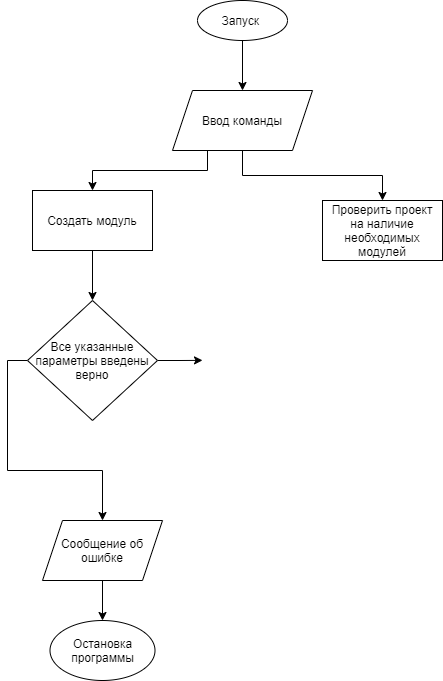
Above: module-preparator.drawio.png in EvgeniiGerasin/module-preparator-for-writing-tests (draw.io), before the change. Source tidied: cells renumbered, new cells last; positions are measured from the earlier drawing's top-left corner, leaving out a move shared by most shapes.
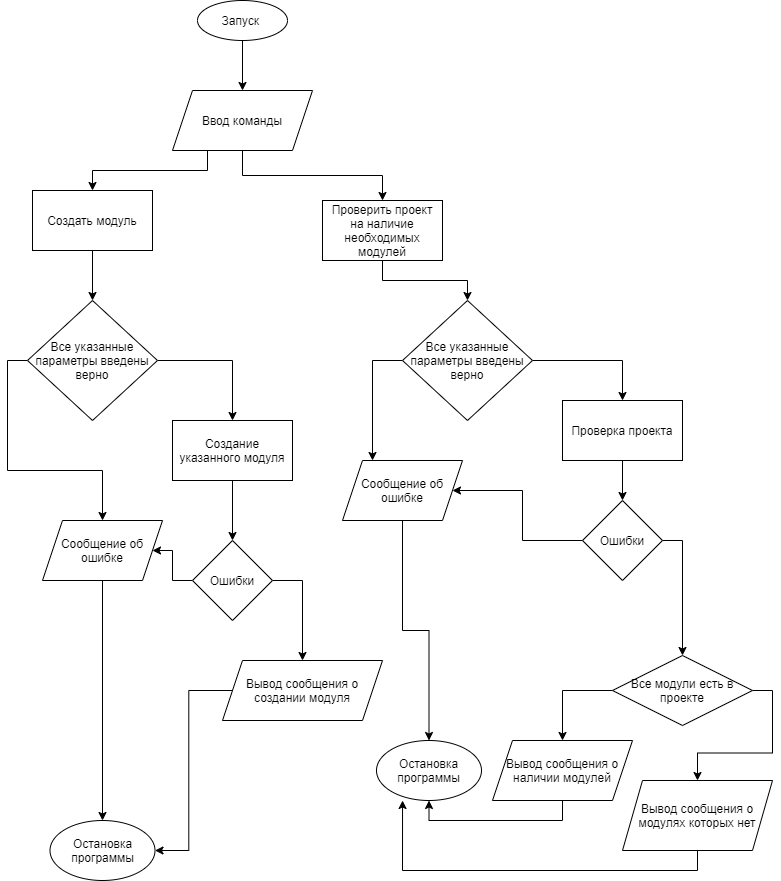
Later version of the same file.

Change to the diagram source:
```diff
@@ -14,10 +14,8 @@
     <mxCell id="5" style="edgeStyle=orthogonalEdgeStyle;rounded=0;jettySize=auto;html=1;exitX=0;exitY=0.5;exitDx=0;exitDy=0;entryX=0.5;entryY=0;entryDx=0;entryDy=0;" parent="1" edge="1" source="7" target="14">
       <mxGeometry relative="1" as="geometry" />
     </mxCell>
-    <mxCell id="6" style="edgeStyle=orthogonalEdgeStyle;rounded=0;jettySize=auto;html=1;exitX=1;exitY=0.5;exitDx=0;exitDy=0;" parent="1" edge="1" source="7">
-      <mxGeometry relative="1" as="geometry">
-        <mxPoint x="175" y="359.9" as="targetPoint" />
-      </mxGeometry>
+    <mxCell id="6" style="edgeStyle=orthogonalEdgeStyle;rounded=0;jettySize=auto;html=1;exitX=1;exitY=0.5;exitDx=0;exitDy=0;entryX=0.5;entryY=0;entryDx=0;entryDy=0;" parent="1" edge="1" source="7" target="18">
+      <mxGeometry relative="1" as="geometry" />
     </mxCell>
     <mxCell id="7" value="Все указанные параметры введены верно" style="rhombus;whiteSpace=wrap;html=1;" parent="1" vertex="1">
       <mxGeometry y="300" width="130" height="120" as="geometry" />
@@ -28,6 +26,9 @@
     <mxCell id="9" value="Создать модуль" style="rounded=0;whiteSpace=wrap;html=1;" parent="1" vertex="1">
       <mxGeometry x="5" y="190" width="120" height="60" as="geometry" />
     </mxCell>
+    <mxCell id="16" style="edgeStyle=orthogonalEdgeStyle;rounded=0;jettySize=auto;html=1;exitX=0.5;exitY=1;exitDx=0;exitDy=0;" parent="1" edge="1" source="10" target="26">
+      <mxGeometry relative="1" as="geometry" />
+    </mxCell>
     <mxCell id="10" value="Проверить проект&lt;br&gt;на наличие необходимых модулей" style="rounded=0;whiteSpace=wrap;html=1;" parent="1" vertex="1">
       <mxGeometry x="295" y="200" width="120" height="60" as="geometry" />
     </mxCell>
@@ -44,7 +45,82 @@
       <mxGeometry x="15" y="520" width="120" height="60" as="geometry" />
     </mxCell>
     <mxCell id="15" value="Остановка программы" style="ellipse;whiteSpace=wrap;html=1;" parent="1" vertex="1">
-      <mxGeometry x="22.5" y="620" width="105" height="60" as="geometry" />
+      <mxGeometry x="22.5" y="820" width="105" height="60" as="geometry" />
     </mxCell>
+    <mxCell id="17" style="edgeStyle=orthogonalEdgeStyle;rounded=0;jettySize=auto;html=1;exitX=0.5;exitY=1;exitDx=0;exitDy=0;entryX=0.5;entryY=0;entryDx=0;entryDy=0;" parent="1" edge="1" source="18" target="21">
+      <mxGeometry relative="1" as="geometry" />
+    </mxCell>
+    <mxCell id="18" value="Создание указанного модуля" style="rounded=0;whiteSpace=wrap;html=1;" parent="1" vertex="1">
+      <mxGeometry x="145" y="420" width="120" height="60" as="geometry" />
+    </mxCell>
+    <mxCell id="19" style="edgeStyle=orthogonalEdgeStyle;rounded=0;jettySize=auto;html=1;exitX=0;exitY=0.5;exitDx=0;exitDy=0;entryX=1;entryY=0.5;entryDx=0;entryDy=0;" parent="1" edge="1" source="21" target="14">
+      <mxGeometry relative="1" as="geometry" />
+    </mxCell>
+    <mxCell id="20" style="edgeStyle=orthogonalEdgeStyle;rounded=0;jettySize=auto;html=1;exitX=1;exitY=0.5;exitDx=0;exitDy=0;entryX=0.5;entryY=0;entryDx=0;entryDy=0;" parent="1" edge="1" source="21" target="23">
+      <mxGeometry relative="1" as="geometry" />
+    </mxCell>
+    <mxCell id="21" value="Ошибки" style="rhombus;whiteSpace=wrap;html=1;" parent="1" vertex="1">
+      <mxGeometry x="165" y="540" width="80" height="80" as="geometry" />
+    </mxCell>
+    <mxCell id="22" style="edgeStyle=orthogonalEdgeStyle;rounded=0;jettySize=auto;html=1;exitX=0;exitY=0.5;exitDx=0;exitDy=0;entryX=1;entryY=0.5;entryDx=0;entryDy=0;" parent="1" edge="1" source="23" target="15">
+      <mxGeometry relative="1" as="geometry" />
+    </mxCell>
+    <mxCell id="23" value="Вывод сообщения о создании модуля" style="shape=parallelogram;perimeter=parallelogramPerimeter;whiteSpace=wrap;html=1;fixedSize=1;" parent="1" vertex="1">
+      <mxGeometry x="195" y="660" width="160" height="60" as="geometry" />
+    </mxCell>
+    <mxCell id="24" style="edgeStyle=orthogonalEdgeStyle;rounded=0;jettySize=auto;html=1;exitX=0;exitY=0.5;exitDx=0;exitDy=0;endArrow=classic;endFill=1;entryX=0.25;entryY=0;entryDx=0;entryDy=0;" parent="1" edge="1" source="26" target="28">
+      <mxGeometry relative="1" as="geometry" />
+    </mxCell>
+    <mxCell id="25" style="edgeStyle=orthogonalEdgeStyle;rounded=0;jettySize=auto;html=1;exitX=1;exitY=0.5;exitDx=0;exitDy=0;entryX=0.5;entryY=0;entryDx=0;entryDy=0;endArrow=classic;endFill=1;" parent="1" edge="1" source="26" target="31">
+      <mxGeometry relative="1" as="geometry" />
+    </mxCell>
+    <mxCell id="26" value="Все указанные параметры введены верно" style="rhombus;whiteSpace=wrap;html=1;" parent="1" vertex="1">
+      <mxGeometry x="375" y="300" width="130" height="120" as="geometry" />
+    </mxCell>
+    <mxCell id="27" style="edgeStyle=orthogonalEdgeStyle;rounded=0;jettySize=auto;html=1;exitX=0.5;exitY=1;exitDx=0;exitDy=0;endArrow=classic;endFill=1;entryX=0.5;entryY=0;entryDx=0;entryDy=0;" parent="1" edge="1" source="28" target="29">
+      <mxGeometry relative="1" as="geometry" />
+    </mxCell>
+    <mxCell id="28" value="Сообщение об ошибке" style="shape=parallelogram;perimeter=parallelogramPerimeter;whiteSpace=wrap;html=1;fixedSize=1;" parent="1" vertex="1">
+      <mxGeometry x="315" y="460" width="120" height="60" as="geometry" />
+    </mxCell>
+    <mxCell id="29" value="Остановка программы" style="ellipse;whiteSpace=wrap;html=1;" parent="1" vertex="1">
+      <mxGeometry x="349" y="740" width="105" height="60" as="geometry" />
+    </mxCell>
+    <mxCell id="30" style="edgeStyle=orthogonalEdgeStyle;rounded=0;jettySize=auto;html=1;exitX=0.5;exitY=1;exitDx=0;exitDy=0;entryX=0.5;entryY=0;entryDx=0;entryDy=0;endArrow=classic;endFill=1;" parent="1" edge="1" source="31" target="34">
+      <mxGeometry relative="1" as="geometry" />
+    </mxCell>
+    <mxCell id="31" value="Проверка проекта" style="rounded=0;whiteSpace=wrap;html=1;" parent="1" vertex="1">
+      <mxGeometry x="535" y="400" width="120" height="60" as="geometry" />
+    </mxCell>
+    <mxCell id="32" style="edgeStyle=orthogonalEdgeStyle;rounded=0;jettySize=auto;html=1;exitX=0;exitY=0.5;exitDx=0;exitDy=0;entryX=1;entryY=0.5;entryDx=0;entryDy=0;endArrow=classic;endFill=1;" parent="1" edge="1" source="34" target="28">
+      <mxGeometry relative="1" as="geometry" />
+    </mxCell>
+    <mxCell id="33" style="edgeStyle=orthogonalEdgeStyle;rounded=0;jettySize=auto;html=1;exitX=1;exitY=0.5;exitDx=0;exitDy=0;endArrow=classic;endFill=1;entryX=0.5;entryY=0;entryDx=0;entryDy=0;" parent="1" edge="1" source="34" target="37">
+      <mxGeometry relative="1" as="geometry" />
+    </mxCell>
+    <mxCell id="34" value="Ошибки" style="rhombus;whiteSpace=wrap;html=1;" parent="1" vertex="1">
+      <mxGeometry x="555" y="500" width="80" height="80" as="geometry" />
+    </mxCell>
+    <mxCell id="35" style="edgeStyle=orthogonalEdgeStyle;rounded=0;jettySize=auto;html=1;exitX=0;exitY=0.5;exitDx=0;exitDy=0;entryX=0.5;entryY=0;entryDx=0;entryDy=0;endArrow=classic;endFill=1;" parent="1" edge="1" source="37" target="41">
+      <mxGeometry relative="1" as="geometry" />
+    </mxCell>
+    <mxCell id="36" style="edgeStyle=orthogonalEdgeStyle;rounded=0;jettySize=auto;html=1;exitX=1;exitY=0.5;exitDx=0;exitDy=0;entryX=0.5;entryY=0;entryDx=0;entryDy=0;endArrow=classic;endFill=1;" parent="1" edge="1" source="37" target="39">
+      <mxGeometry relative="1" as="geometry" />
+    </mxCell>
+    <mxCell id="37" value="Все модули есть в проекте" style="rhombus;whiteSpace=wrap;html=1;" parent="1" vertex="1">
+      <mxGeometry x="585" y="655" width="140" height="70" as="geometry" />
+    </mxCell>
+    <mxCell id="38" style="edgeStyle=orthogonalEdgeStyle;rounded=0;jettySize=auto;html=1;exitX=0.5;exitY=1;exitDx=0;exitDy=0;entryX=0.248;entryY=1;entryDx=0;entryDy=0;entryPerimeter=0;endArrow=classic;endFill=1;" parent="1" edge="1" source="39" target="29">
+      <mxGeometry relative="1" as="geometry" />
+    </mxCell>
+    <mxCell id="39" value="Вывод сообщения о модулях которых нет" style="shape=parallelogram;perimeter=parallelogramPerimeter;whiteSpace=wrap;html=1;fixedSize=1;" parent="1" vertex="1">
+      <mxGeometry x="595" y="780" width="150" height="70" as="geometry" />
+    </mxCell>
+    <mxCell id="40" style="edgeStyle=orthogonalEdgeStyle;rounded=0;jettySize=auto;html=1;exitX=0.5;exitY=1;exitDx=0;exitDy=0;entryX=0.5;entryY=1;entryDx=0;entryDy=0;endArrow=classic;endFill=1;" parent="1" edge="1" source="41" target="29">
+      <mxGeometry relative="1" as="geometry" />
+    </mxCell>
+    <mxCell id="41" value="Вывод сообщения о наличии модулей" style="shape=parallelogram;perimeter=parallelogramPerimeter;whiteSpace=wrap;html=1;fixedSize=1;" parent="1" vertex="1">
+      <mxGeometry x="465" y="740" width="140" height="60" as="geometry" />
+    </mxCell>
   </root>
 </mxGraphModel>
```
